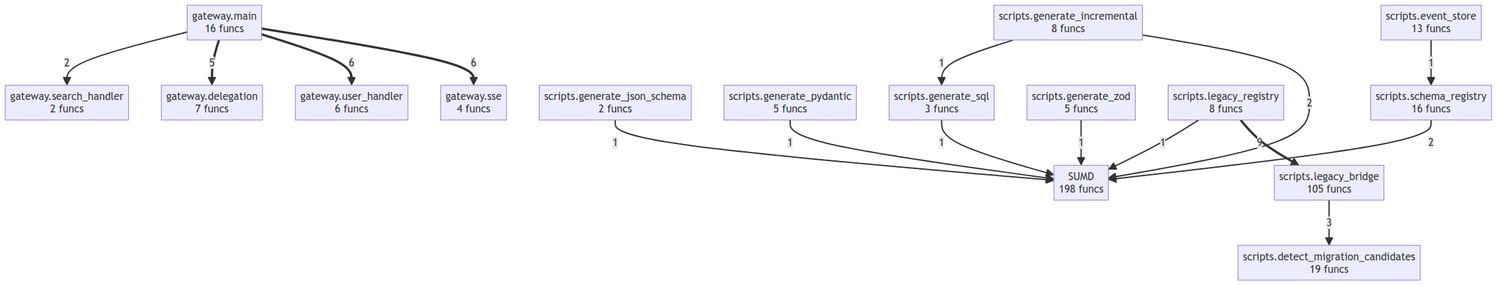
Earlier version of the Mermaid export project/compact_flow.png (semcod/protos). Its source is kept beside it as project/compact_flow.mmd.
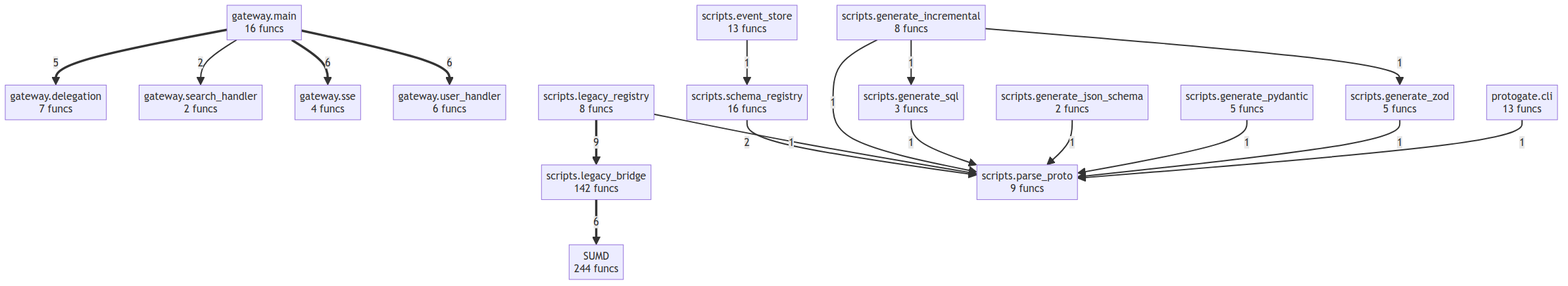
The same diagram one commit later.

The edit, as a diff of the source:
```diff
@@ -1,32 +1,35 @@
 flowchart TD
-    SUMD["SUMD<br/>198 funcs"]
+    SUMD["SUMD<br/>244 funcs"]
     gateway__delegation["gateway.delegation<br/>7 funcs"]
     gateway__main["gateway.main<br/>16 funcs"]
     gateway__search_handler["gateway.search_handler<br/>2 funcs"]
     gateway__sse["gateway.sse<br/>4 funcs"]
     gateway__user_handler["gateway.user_handler<br/>6 funcs"]
-    scripts__detect_migration_candidates["scripts.detect_migration_candidates<br/>19 funcs"]
+    protogate__cli["protogate.cli<br/>13 funcs"]
     scripts__event_store["scripts.event_store<br/>13 funcs"]
     scripts__generate_incremental["scripts.generate_incremental<br/>8 funcs"]
     scripts__generate_json_schema["scripts.generate_json_schema<br/>2 funcs"]
     scripts__generate_pydantic["scripts.generate_pydantic<br/>5 funcs"]
     scripts__generate_sql["scripts.generate_sql<br/>3 funcs"]
     scripts__generate_zod["scripts.generate_zod<br/>5 funcs"]
-    scripts__legacy_bridge["scripts.legacy_bridge<br/>105 funcs"]
+    scripts__legacy_bridge["scripts.legacy_bridge<br/>142 funcs"]
     scripts__legacy_registry["scripts.legacy_registry<br/>8 funcs"]
+    scripts__parse_proto["scripts.parse_proto<br/>9 funcs"]
     scripts__schema_registry["scripts.schema_registry<br/>16 funcs"]
     scripts__legacy_registry ==>|9| scripts__legacy_bridge
+    scripts__legacy_bridge ==>|6| SUMD
     gateway__main ==>|6| gateway__sse
     gateway__main ==>|6| gateway__user_handler
     gateway__main ==>|5| gateway__delegation
-    scripts__legacy_bridge -->|3| scripts__detect_migration_candidates
+    scripts__schema_registry -->|2| scripts__parse_proto
     gateway__main -->|2| gateway__search_handler
-    scripts__generate_incremental -->|2| SUMD
-    scripts__schema_registry -->|2| SUMD
-    scripts__legacy_registry -->|1| SUMD
+    scripts__legacy_registry -->|1| scripts__parse_proto
+    scripts__generate_incremental -->|1| scripts__parse_proto
+    scripts__generate_incremental -->|1| scripts__generate_zod
     scripts__generate_incremental -->|1| scripts__generate_sql
-    scripts__generate_sql -->|1| SUMD
-    scripts__generate_json_schema -->|1| SUMD
+    scripts__generate_sql -->|1| scripts__parse_proto
+    scripts__generate_json_schema -->|1| scripts__parse_proto
+    scripts__generate_pydantic -->|1| scripts__parse_proto
     scripts__event_store -->|1| scripts__schema_registry
-    scripts__generate_pydantic -->|1| SUMD
-    scripts__generate_zod -->|1| SUMD
+    scripts__generate_zod -->|1| scripts__parse_proto
+    protogate__cli -->|1| scripts__parse_proto
```
